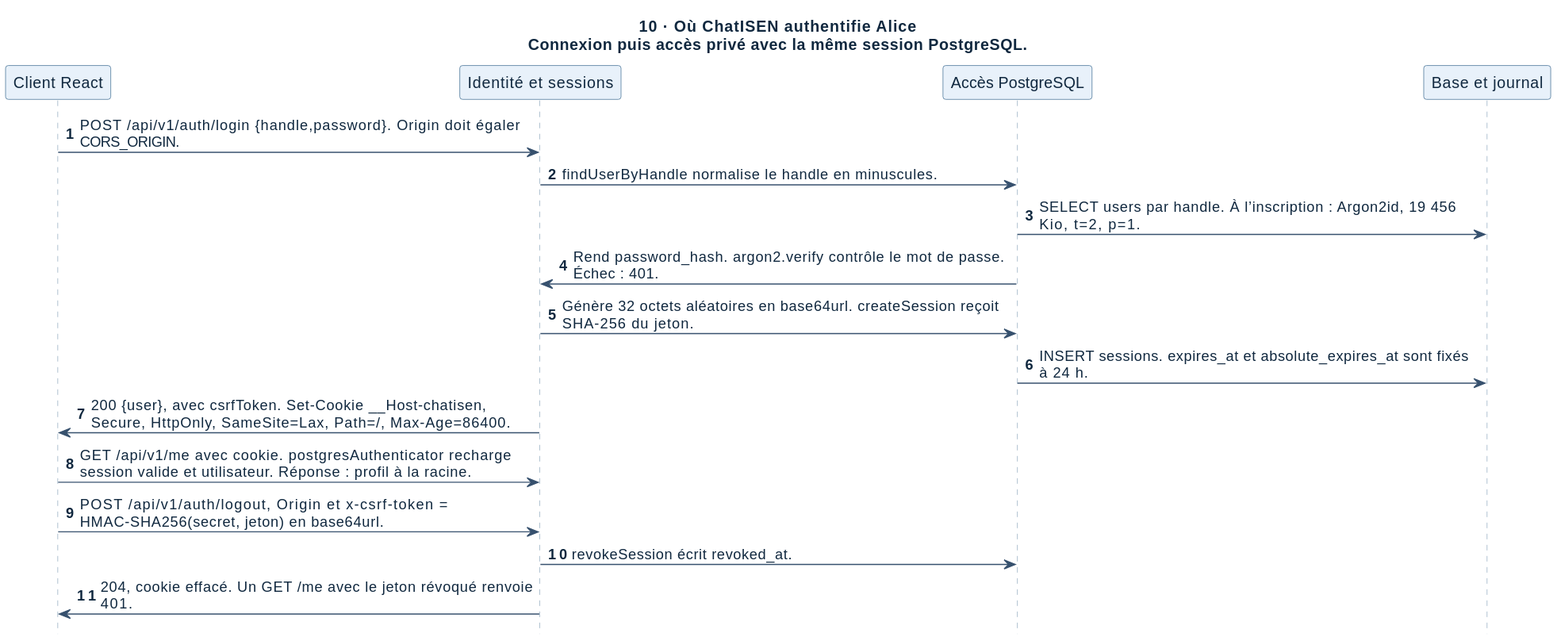
This is docs/architecture/svg/10-identite.svg from Zayonx-0/ChatISEN, a PlantUML export, as it was before one commit. Source of this version:
```plantuml
@startuml
skinparam backgroundColor white
skinparam shadowing false
skinparam defaultFontName SansSerif
skinparam defaultFontColor #10283F
skinparam sequenceParticipantBackgroundColor #E8F1FA
skinparam sequenceParticipantBorderColor #38678E
skinparam sequenceLifeLineBorderColor #8DA6BC
skinparam sequenceArrowColor #37516E
hide footbox
autonumber
title 10 · Où ChatISEN authentifie Alice\nConnexion puis accès privé avec la même session PostgreSQL.
participant "Client React" as p0
participant "Identité et sessions" as p1
participant "Accès PostgreSQL" as p2
participant "Base et journal" as p3
p0 -> p1: POST /api/v1/auth/login {handle,password}. Origin doit égaler\nCORS_ORIGIN.
p1 -> p2: findUserByHandle normalise le handle en minuscules.
p2 -> p3: SELECT users par handle. À l’inscription : Argon2id, 19 456\nKio, t=2, p=1.
p2 -> p1: Rend password_hash. argon2.verify contrôle le mot de passe.\nÉchec : 401.
p1 -> p2: Génère 32 octets aléatoires en base64url. createSession reçoit\nSHA-256 du jeton.
p2 -> p3: INSERT sessions. expires_at et absolute_expires_at sont fixés\nà 24 h.
p1 -> p0: 200 {user}, avec csrfToken. Set-Cookie __Host-chatisen,\nSecure, HttpOnly, SameSite=Lax, Path=/, Max-Age=86400.
p0 -> p1: GET /api/v1/me avec cookie. postgresAuthenticator recharge\nsession valide et utilisateur. Réponse : profil à la racine.
p0 -> p1: POST /api/v1/auth/logout, Origin et x-csrf-token =\nHMAC-SHA256(secret, jeton) en base64url.
p1 -> p2: revokeSession écrit revoked_at.
p1 -> p0: 204, cookie effacé. Un GET /me avec le jeton révoqué renvoie\n401.
@enduml
```
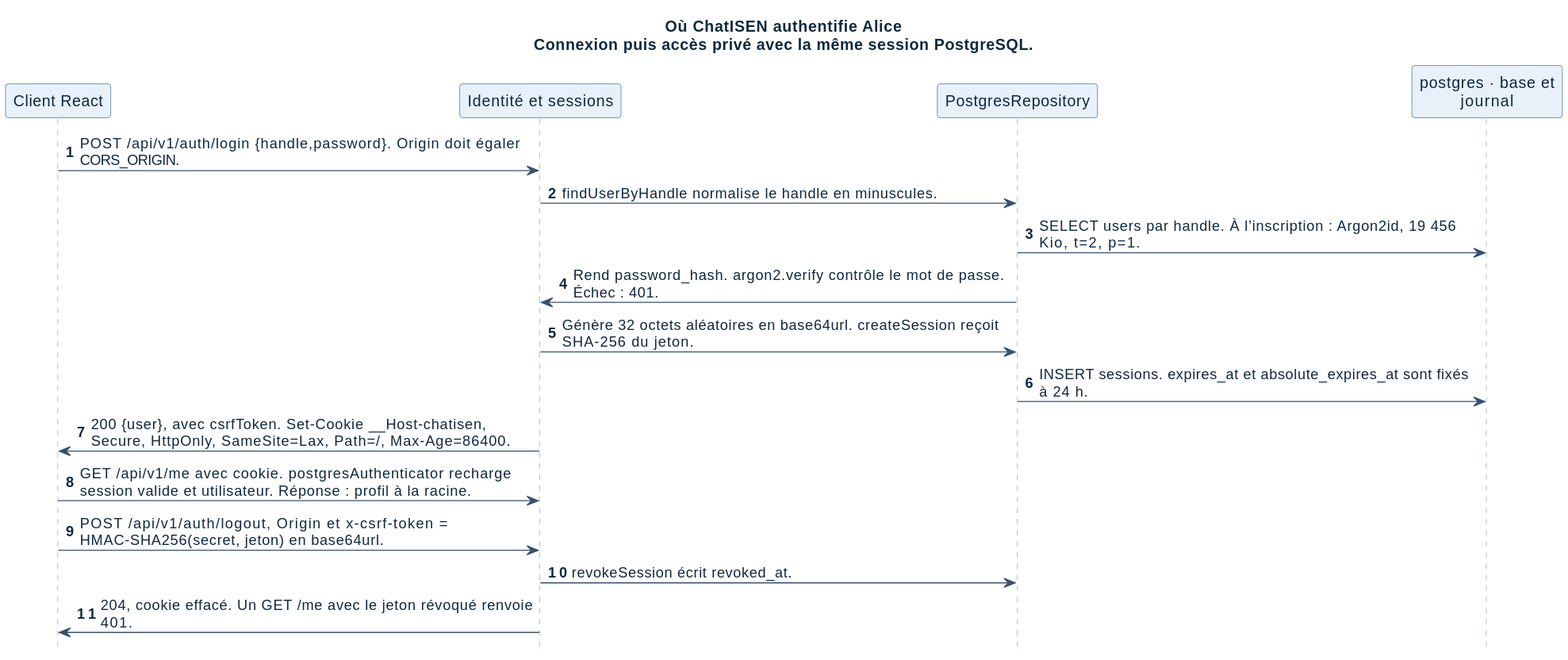
After the commit.

Diff of the diagram source:
```diff
@@ -9,11 +9,11 @@
 skinparam sequenceArrowColor #37516E
 hide footbox
 autonumber
-title 10 · Où ChatISEN authentifie Alice\nConnexion puis accès privé avec la même session PostgreSQL.
+title Où ChatISEN authentifie Alice\nConnexion puis accès privé avec la même session PostgreSQL.
 participant "Client React" as p0
 participant "Identité et sessions" as p1
-participant "Accès PostgreSQL" as p2
-participant "Base et journal" as p3
+participant "PostgresRepository" as p2
+participant "postgres · base et\njournal" as p3
 p0 -> p1: POST /api/v1/auth/login {handle,password}. Origin doit égaler\nCORS_ORIGIN.
 p1 -> p2: findUserByHandle normalise le handle en minuscules.
 p2 -> p3: SELECT users par handle. À l’inscription : Argon2id, 19 456\nKio, t=2, p=1.
```
